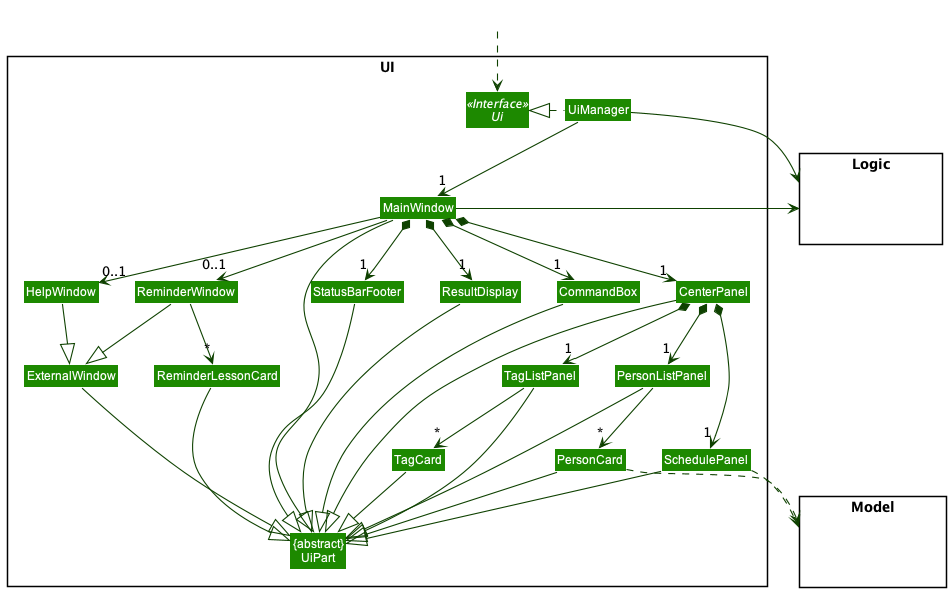
nus-cs2103-AY2122S1/tp keeps this PlantUML diagram as docs/images/UiClassDiagram.png. Above is the earlier version. Source of this version:
```plantuml
@startuml
!include style.puml
skinparam arrowThickness 1.1
skinparam arrowColor UI_COLOR_T4
skinparam classBackgroundColor UI_COLOR

package UI <<Rectangle>>{
Interface Ui <<Interface>>
Class "{abstract}\nUiPart" as UiPart
Class UiManager
Class MainWindow
Class ResultDisplay
Class CenterPanel
Class SchedulePanel
Class PersonListPanel
Class PersonCard
Class TagListPanel
Class TagCard
Class StatusBarFooter
Class CommandBox
Class ExternalWindow
Class HelpWindow
Class ReminderWindow
Class ReminderLessonCard
}

package Model <<Rectangle>> {
Class HiddenModel #FFFFFF
}

package Logic <<Rectangle>> {
Class HiddenLogic #FFFFFF
}

Class HiddenOutside #FFFFFF
HiddenOutside ..> Ui

UiManager .left.|> Ui
UiManager -down-> "1" MainWindow
MainWindow *-down->  "1" CommandBox
MainWindow *-down-> "1" ResultDisplay
MainWindow *-down-> "1" CenterPanel
MainWindow *-down-> "1" StatusBarFooter
MainWindow -down-> "0..1" HelpWindow
MainWindow -down-> "0..1" ReminderWindow

CenterPanel *-down-> "1" PersonListPanel
CenterPanel *-down-> "1" SchedulePanel
CenterPanel *-down-> "1" TagListPanel

PersonListPanel -down-> "*" PersonCard
TagListPanel -down-> "*" TagCard
ReminderWindow -down-> "*" ReminderLessonCard

MainWindow -left-|> UiPart

ResultDisplay --|> UiPart
CommandBox --|> UiPart
CenterPanel --|> UiPart
SchedulePanel --|> UiPart
PersonListPanel --|> UiPart
PersonCard --|> UiPart
TagListPanel --|> UiPart
TagCard --|> UiPart
ReminderLessonCard --|> UiPart
StatusBarFooter --|> UiPart
ExternalWindow --|> UiPart
HelpWindow --|> ExternalWindow
ReminderWindow --|> ExternalWindow

PersonCard ..> Model
SchedulePanel ..> Model
UiManager -right-> Logic
MainWindow -left-> Logic

CenterPanel -[hidden]left- HelpWindow
HelpWindow -[hidden]left- CommandBox
CommandBox -[hidden]left- ResultDisplay
ResultDisplay -[hidden]left- StatusBarFooter
ReminderLessonCard -[hidden]left- ExternalWindow

MainWindow -[hidden]-|> UiPart
@enduml
```
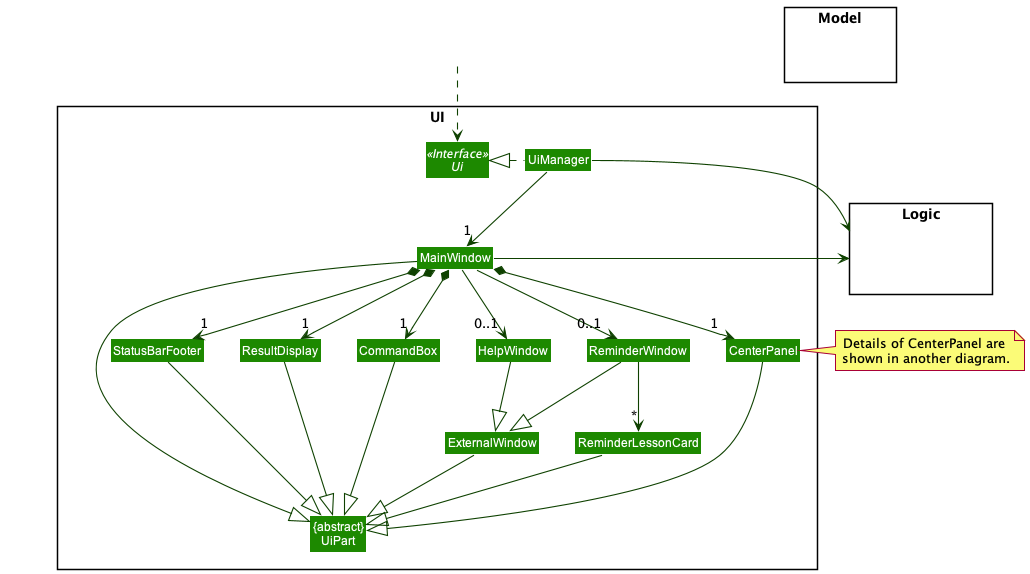
After the change.

Commit message:
Replace UI class diagram

Diff of the diagram source:
```diff
@@ -11,11 +11,6 @@
 Class MainWindow
 Class ResultDisplay
 Class CenterPanel
-Class SchedulePanel
-Class PersonListPanel
-Class PersonCard
-Class TagListPanel
-Class TagCard
 Class StatusBarFooter
 Class CommandBox
 Class ExternalWindow
@@ -40,16 +35,17 @@
 MainWindow *-down->  "1" CommandBox
 MainWindow *-down-> "1" ResultDisplay
 MainWindow *-down-> "1" CenterPanel
+
+note right
+Details of CenterPanel are
+shown in another diagram.
+end note
+
 MainWindow *-down-> "1" StatusBarFooter
 MainWindow -down-> "0..1" HelpWindow
 MainWindow -down-> "0..1" ReminderWindow
 
-CenterPanel *-down-> "1" PersonListPanel
-CenterPanel *-down-> "1" SchedulePanel
-CenterPanel *-down-> "1" TagListPanel
 
-PersonListPanel -down-> "*" PersonCard
-TagListPanel -down-> "*" TagCard
 ReminderWindow -down-> "*" ReminderLessonCard
 
 MainWindow -left-|> UiPart
@@ -57,19 +53,12 @@
 ResultDisplay --|> UiPart
 CommandBox --|> UiPart
 CenterPanel --|> UiPart
-SchedulePanel --|> UiPart
-PersonListPanel --|> UiPart
-PersonCard --|> UiPart
-TagListPanel --|> UiPart
-TagCard --|> UiPart
 ReminderLessonCard --|> UiPart
 StatusBarFooter --|> UiPart
 ExternalWindow --|> UiPart
 HelpWindow --|> ExternalWindow
 ReminderWindow --|> ExternalWindow
 
-PersonCard ..> Model
-SchedulePanel ..> Model
 UiManager -right-> Logic
 MainWindow -left-> Logic
 
```
